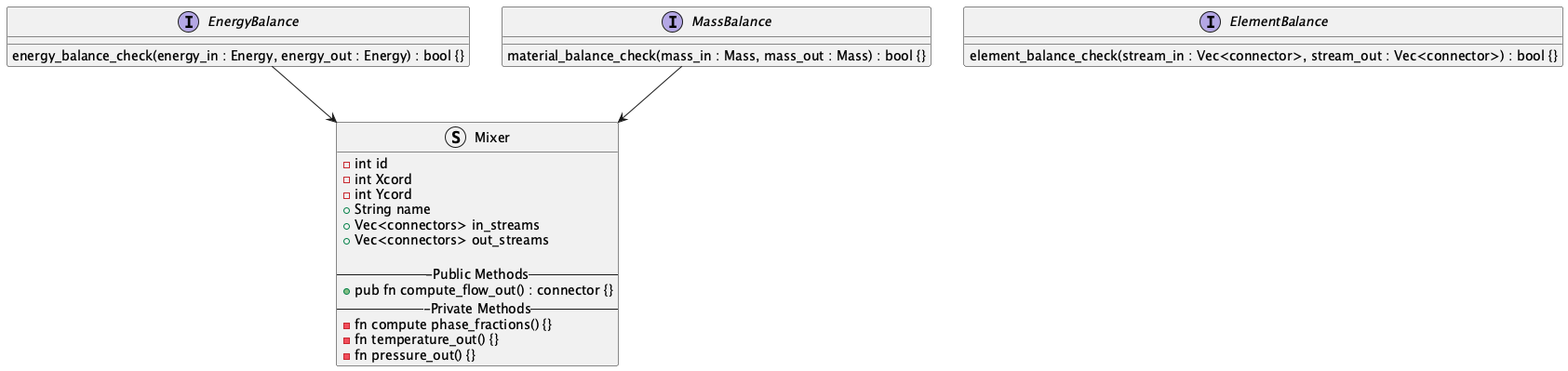
Before: blocks-module/Blocks_Module_Class_Diagram.png, a diagram exported from PlantUML (OSCPS-Project/OSCPS-UML).
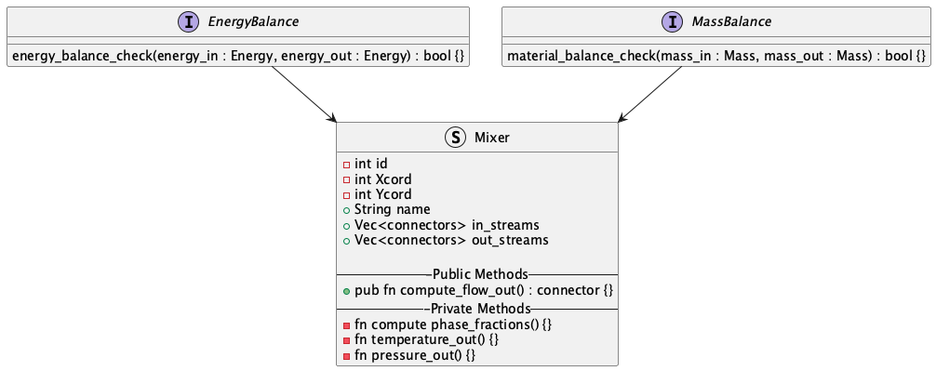
After the commit.

Commit message:
removing ElementBalance from uml diagram as it isn't necessary

What changed in the source:
```diff
@@ -7,14 +7,6 @@
 Interface MassBalance {
   material_balance_check(mass_in : Mass, mass_out : Mass) : bool {}
 }
-
-
-Interface ElementBalance {
-  element_balance_check(stream_in : Vec<connector>, stream_out : Vec<connector>) : bool {}
-}
-
-
-
 
 
 Struct Mixer {
```
